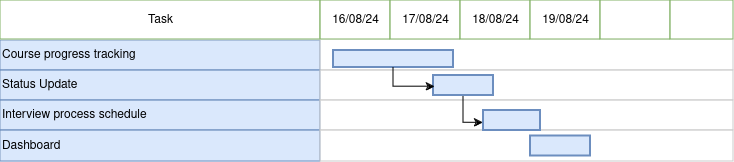
Above: timeline/Untitled Diagram.drawio.png in Meharaj-thoufik/Quality-Candidate-Recruit (draw.io), before the change. Source tidied: cells renumbered, new cells last; positions are measured from the earlier drawing's top-left corner, leaving out a move shared by most shapes.
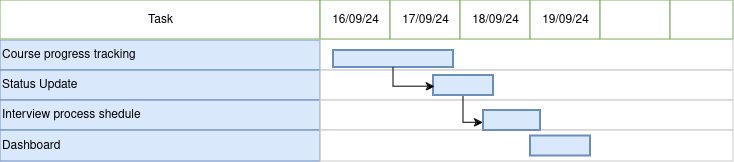
Later version of the same file.

What changed in the source:
```diff
@@ -11,16 +11,16 @@
     <mxCell id="4" style="align=left;strokeColor=#CCCCCC;html=1;" parent="1" vertex="1">
       <mxGeometry x="320" y="39" width="413" height="31" as="geometry" />
     </mxCell>
-    <mxCell id="5" value="16/08/24" style="strokeWidth=1;fontStyle=0;html=1;strokeColor=#82B366;" parent="1" vertex="1">
+    <mxCell id="5" value="16/09/24" style="strokeWidth=1;fontStyle=0;html=1;strokeColor=#82B366;" parent="1" vertex="1">
       <mxGeometry x="320" width="70" height="39" as="geometry" />
     </mxCell>
-    <mxCell id="6" value="17/08/24" style="strokeWidth=1;fontStyle=0;html=1;strokeColor=#82B366;" parent="1" vertex="1">
+    <mxCell id="6" value="17/09/24" style="strokeWidth=1;fontStyle=0;html=1;strokeColor=#82B366;" parent="1" vertex="1">
       <mxGeometry x="390" width="70" height="39" as="geometry" />
     </mxCell>
-    <mxCell id="7" value="18/08/24" style="strokeWidth=1;fontStyle=0;html=1;strokeColor=#82B366;" parent="1" vertex="1">
+    <mxCell id="7" value="18/09/24" style="strokeWidth=1;fontStyle=0;html=1;strokeColor=#82B366;" parent="1" vertex="1">
       <mxGeometry x="460" width="70" height="39" as="geometry" />
     </mxCell>
-    <mxCell id="8" value="19/08/24" style="strokeWidth=1;fontStyle=0;html=1;strokeColor=#82B366;" parent="1" vertex="1">
+    <mxCell id="8" value="19/09/24" style="strokeWidth=1;fontStyle=0;html=1;strokeColor=#82B366;" parent="1" vertex="1">
       <mxGeometry x="530" width="70" height="39" as="geometry" />
     </mxCell>
     <mxCell id="9" style="strokeWidth=1;fontStyle=0;html=1;strokeColor=#82B366;" parent="1" vertex="1">
@@ -32,7 +32,7 @@
     <mxCell id="11" value="Status Update" style="align=left;strokeColor=#6c8ebf;html=1;fillColor=#dae8fc;" parent="1" vertex="1">
       <mxGeometry y="70" width="320" height="30" as="geometry" />
     </mxCell>
-    <mxCell id="12" value="Interview process schedule" style="align=left;strokeColor=#6c8ebf;html=1;fillColor=#dae8fc;" parent="1" vertex="1">
+    <mxCell id="12" value="Interview process shedule" style="align=left;strokeColor=#6c8ebf;html=1;fillColor=#dae8fc;" parent="1" vertex="1">
       <mxGeometry y="100" width="320" height="30" as="geometry" />
     </mxCell>
     <mxCell id="13" value="Dashboard" style="align=left;strokeColor=#6c8ebf;html=1;fillColor=#dae8fc;" parent="1" vertex="1">
```
